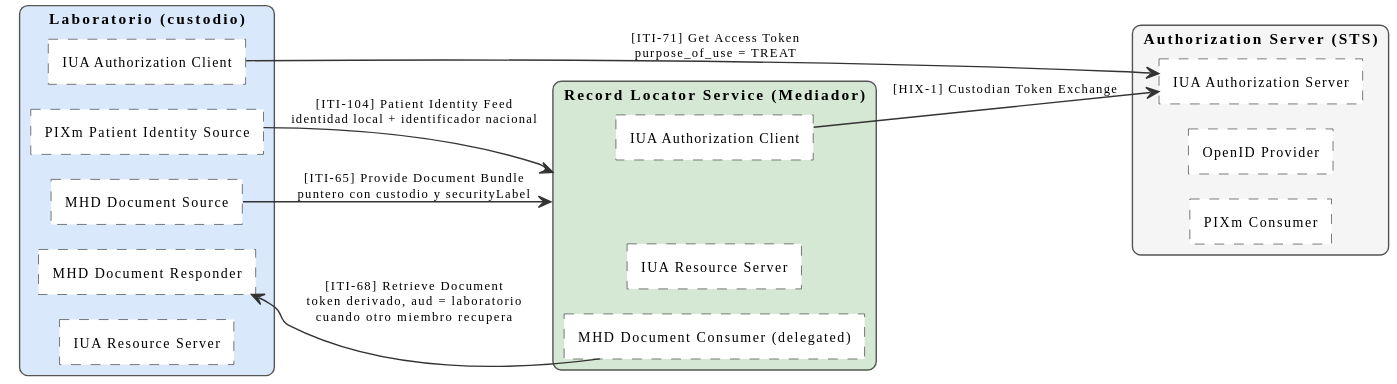
Before: input/images/hix-actores-laboratorio.svg, a diagram exported from PlantUML (meddyg/HIX).
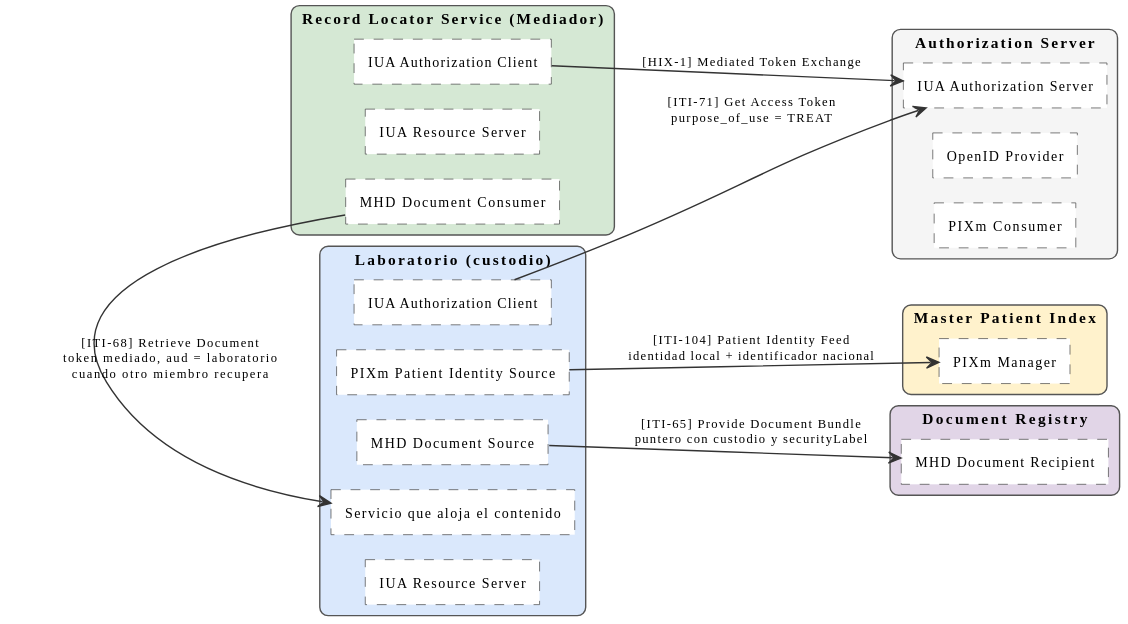
The same file after the commit.

Diff of the diagram source:
```diff
@@ -28,23 +28,29 @@
   rectangle "IUA Authorization Client" <<inner>> as L1
   rectangle "PIXm Patient Identity Source" <<inner>> as L2
   rectangle "MHD Document Source" <<inner>> as L3
-  rectangle "MHD Document Responder" <<inner>> as L4
+  rectangle "Servicio que aloja el contenido" <<inner>> as L4
   rectangle "IUA Resource Server" <<inner>> as L5
 }
-rectangle "Authorization Server (STS)" as STS #F5F5F5 {
+rectangle "Authorization Server" as STS #F5F5F5 {
   rectangle "IUA Authorization Server" <<inner>> as STS1
   rectangle "OpenID Provider" <<inner>> as STS2
   rectangle "PIXm Consumer" <<inner>> as STS3
 }
+rectangle "Master Patient Index" as MPI #FFF2CC {
+  rectangle "PIXm Manager" <<inner>> as MPI1
+}
+rectangle "Document Registry" as DR #E1D5E7 {
+  rectangle "MHD Document Recipient" <<inner>> as DR1
+}
 rectangle "Record Locator Service (Mediador)" as RLS #D5E8D4 {
   rectangle "IUA Authorization Client" <<inner>> as RLS0
   rectangle "IUA Resource Server" <<inner>> as RLS1
-  rectangle "MHD Document Consumer (delegated)" <<inner>> as RLS3
+  rectangle "MHD Document Consumer" <<inner>> as RLS3
 }
 L1 --> STS1 : [ITI-71] Get Access Token\npurpose_of_use = TREAT
-L2 --> RLS : [ITI-104] Patient Identity Feed\nidentidad local + identificador nacional
-L3 --> RLS : [ITI-65] Provide Document Bundle\npuntero con custodio y securityLabel
-STS1 <-u- RLS0 : [HIX-1] Custodian Token Exchange
-RLS3 --> L4 : [ITI-68] Retrieve Document\ntoken derivado, aud = laboratorio\ncuando otro miembro recupera
+L2 --> MPI1 : [ITI-104] Patient Identity Feed\nidentidad local + identificador nacional
+L3 --> DR1 : [ITI-65] Provide Document Bundle\npuntero con custodio y securityLabel
+STS1 <-u- RLS0 : [HIX-1] Mediated Token Exchange
+RLS3 --> L4 : [ITI-68] Retrieve Document\ntoken mediado, aud = laboratorio\ncuando otro miembro recupera
 L4 -[hidden]-> RLS1
 @enduml
```
